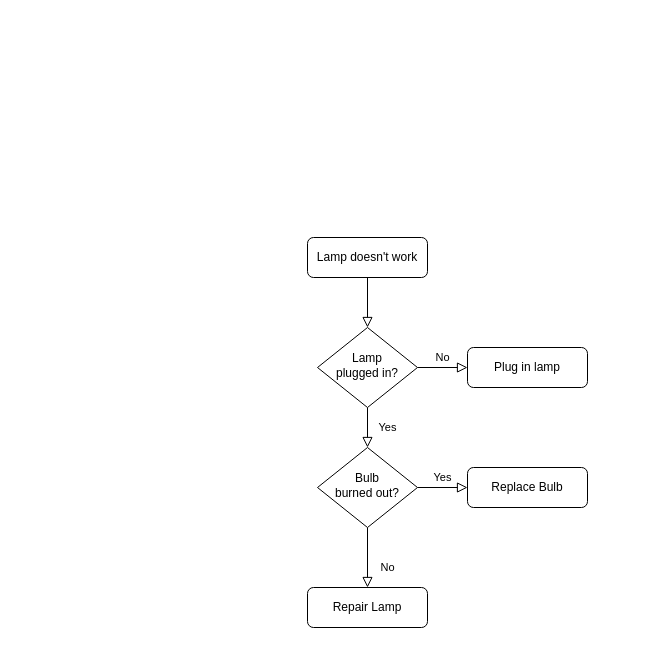
This is VladsMachine.drawio from SouzaNascimento/VladsMachine, a draw.io file, before an edit. Source tidied: cells renumbered, new cells numbered last; positions are measured from the earlier drawing's top-left corner, leaving out a move shared by most shapes. Both pictures are drawn from the tidied source at 100%, with x=0, y=0 at pixel (307, 237).
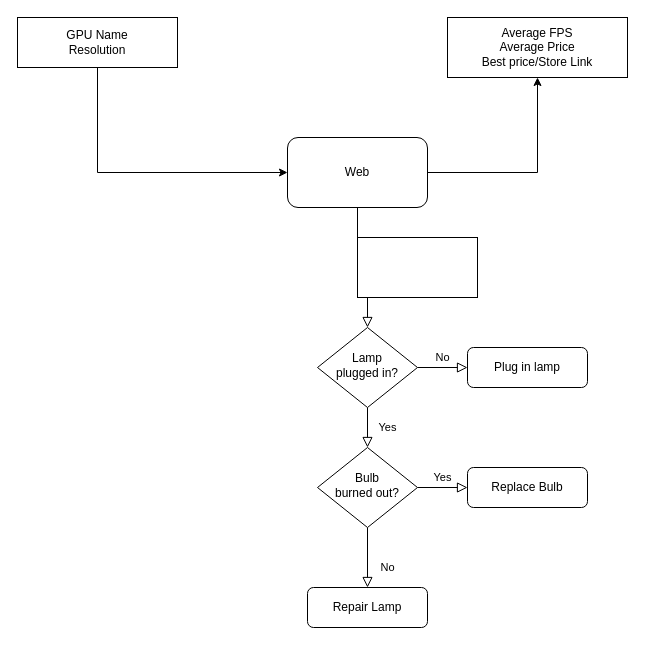
Above is the later version.

Diff of the diagram source:
```diff
@@
 <mxGraphModel>
   <root>
     <mxCell id="0" />
     <mxCell id="1" parent="0" />
     <mxCell id="2" style="rounded=0;html=1;jettySize=auto;fontSize=11;endArrow=block;endFill=0;endSize=8;strokeWidth=1;shadow=0;labelBackgroundColor=none;edgeStyle=orthogonalEdgeStyle;" parent="1" edge="1" source="3" target="6">
       <mxGeometry relative="1" as="geometry" />
     </mxCell>
+    <mxCell id="13" style="edgeStyle=orthogonalEdgeStyle;rounded=0;jettySize=auto;html=1;entryX=0.5;entryY=1;entryDx=0;entryDy=0;" parent="1" edge="1" source="3" target="17">
+      <mxGeometry relative="1" as="geometry" />
+    </mxCell>
-    <mxCell id="3" value="Lamp doesn't work" style="rounded=1;whiteSpace=wrap;html=1;fontSize=12;glass=0;strokeWidth=1;shadow=0;" parent="1" vertex="1">
-      <mxGeometry width="120" height="40" as="geometry" />
+    <mxCell id="3" value="Web" style="rounded=1;whiteSpace=wrap;html=1;fontSize=12;glass=0;strokeWidth=1;shadow=0;" parent="1" vertex="1">
+      <mxGeometry x="-20" y="-100" width="140" height="70" as="geometry" />
     </mxCell>
     <mxCell id="4" value="Yes" style="rounded=0;html=1;jettySize=auto;fontSize=11;endArrow=block;endFill=0;endSize=8;strokeWidth=1;shadow=0;labelBackgroundColor=none;edgeStyle=orthogonalEdgeStyle;" parent="1" edge="1" source="6" target="10">
       <mxGeometry y="20" relative="1" as="geometry" />
     </mxCell>
     <mxCell id="5" value="No" style="edgeStyle=orthogonalEdgeStyle;rounded=0;html=1;jettySize=auto;fontSize=11;endArrow=block;endFill=0;endSize=8;strokeWidth=1;shadow=0;labelBackgroundColor=none;" parent="1" edge="1" source="6" target="7">
       <mxGeometry y="10" relative="1" as="geometry" />
     </mxCell>
     <mxCell id="6" value="Lamp&lt;br&gt;plugged in?" style="rhombus;whiteSpace=wrap;html=1;shadow=0;fontFamily=Helvetica;fontSize=12;align=center;strokeWidth=1;spacing=6;spacingTop=-4;" parent="1" vertex="1">
       <mxGeometry x="10" y="90" width="100" height="80" as="geometry" />
     </mxCell>
     <mxCell id="7" value="Plug in lamp" style="rounded=1;whiteSpace=wrap;html=1;fontSize=12;glass=0;strokeWidth=1;shadow=0;" parent="1" vertex="1">
       <mxGeometry x="160" y="110" width="120" height="40" as="geometry" />
     </mxCell>
     <mxCell id="8" value="No" style="rounded=0;html=1;jettySize=auto;fontSize=11;endArrow=block;endFill=0;endSize=8;strokeWidth=1;shadow=0;labelBackgroundColor=none;edgeStyle=orthogonalEdgeStyle;" parent="1" edge="1" source="10" target="11">
       <mxGeometry x="0.33" y="20" relative="1" as="geometry" />
     </mxCell>
     <mxCell id="9" value="Yes" style="edgeStyle=orthogonalEdgeStyle;rounded=0;html=1;jettySize=auto;fontSize=11;endArrow=block;endFill=0;endSize=8;strokeWidth=1;shadow=0;labelBackgroundColor=none;" parent="1" edge="1" source="10" target="12">
       <mxGeometry y="10" relative="1" as="geometry" />
     </mxCell>
     <mxCell id="10" value="Bulb&lt;br&gt;burned out?" style="rhombus;whiteSpace=wrap;html=1;shadow=0;fontFamily=Helvetica;fontSize=12;align=center;strokeWidth=1;spacing=6;spacingTop=-4;" parent="1" vertex="1">
       <mxGeometry x="10" y="210" width="100" height="80" as="geometry" />
     </mxCell>
     <mxCell id="11" value="Repair Lamp" style="rounded=1;whiteSpace=wrap;html=1;fontSize=12;glass=0;strokeWidth=1;shadow=0;" parent="1" vertex="1">
       <mxGeometry y="350" width="120" height="40" as="geometry" />
     </mxCell>
     <mxCell id="12" value="Replace Bulb" style="rounded=1;whiteSpace=wrap;html=1;fontSize=12;glass=0;strokeWidth=1;shadow=0;" parent="1" vertex="1">
       <mxGeometry x="160" y="230" width="120" height="40" as="geometry" />
     </mxCell>
+    <mxCell id="14" style="rounded=0;whiteSpace=wrap;html=1;" parent="1" vertex="1">
+      <mxGeometry x="50" width="120" height="60" as="geometry" />
+    </mxCell>
+    <mxCell id="15" style="edgeStyle=orthogonalEdgeStyle;rounded=0;jettySize=auto;html=1;exitX=0.5;exitY=1;exitDx=0;exitDy=0;entryX=0;entryY=0.5;entryDx=0;entryDy=0;" parent="1" edge="1" source="16" target="3">
+      <mxGeometry relative="1" as="geometry" />
+    </mxCell>
+    <mxCell id="16" value="GPU Name&lt;div&gt;Resolution&lt;/div&gt;" style="rounded=0;whiteSpace=wrap;html=1;" parent="1" vertex="1">
+      <mxGeometry x="-290" y="-220" width="160" height="50" as="geometry" />
+    </mxCell>
+    <mxCell id="17" value="Average FPS&lt;div&gt;Average Price&lt;/div&gt;&lt;div&gt;Best price/Store Link&lt;/div&gt;" style="rounded=0;whiteSpace=wrap;html=1;" parent="1" vertex="1">
+      <mxGeometry x="140" y="-220" width="180" height="60" as="geometry" />
+    </mxCell>
   </root>
 </mxGraphModel>
```
